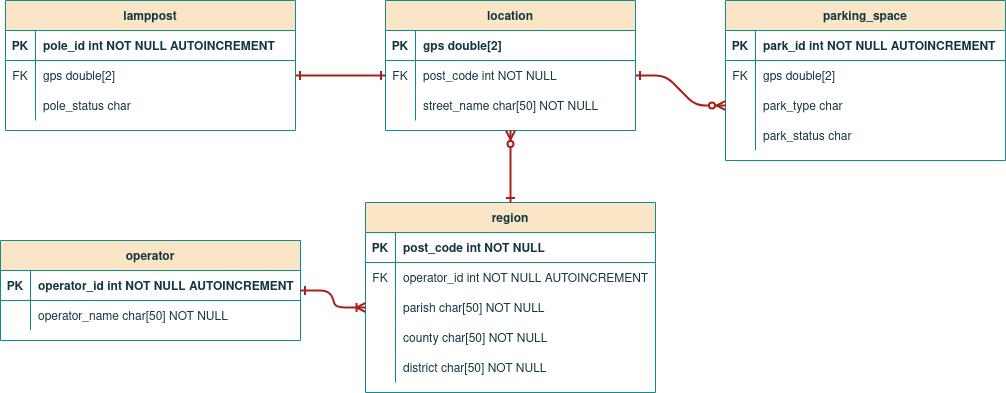
ESRGgroup9/slipad keeps this draw.io diagram as report/images/09sw_specification/DataBase.png. Above is the earlier version. Source tidied: cells renumbered, new cells last; positions are measured from the earlier drawing's top-left corner, leaving out a move shared by most shapes. The source it was exported from:
```xml
<mxGraphModel>
  <root>
    <mxCell id="0" />
    <mxCell id="1" parent="0" />
    <mxCell id="2" value="lamppost" style="shape=table;startSize=30;rowLines=0;fontStyle=1;align=center;fillColor=#FAE5C7;strokeColor=#0F8B8D;fontColor=#143642;" parent="1" vertex="1">
      <mxGeometry x="5" width="290" height="130" as="geometry" />
    </mxCell>
    <mxCell id="3" style="shape=partialRectangle;fillColor=none;top=0;left=0;right=0;bottom=1;strokeColor=#0F8B8D;fontColor=#143642;" parent="2" vertex="1">
      <mxGeometry y="30" width="290" height="30" as="geometry" />
    </mxCell>
    <mxCell id="4" value="PK" style="shape=partialRectangle;overflow=hidden;fillColor=none;top=0;left=0;bottom=0;right=0;fontStyle=1;strokeColor=#0F8B8D;fontColor=#143642;" parent="3" vertex="1">
      <mxGeometry width="30" height="30" as="geometry" />
    </mxCell>
    <mxCell id="5" value="pole_id int NOT NULL AUTOINCREMENT" style="shape=partialRectangle;overflow=hidden;fillColor=none;top=0;left=0;bottom=0;right=0;align=left;spacingLeft=6;fontStyle=1;strokeColor=#0F8B8D;fontColor=#143642;" parent="3" vertex="1">
      <mxGeometry x="30" width="260" height="30" as="geometry" />
    </mxCell>
    <mxCell id="6" style="shape=partialRectangle;fillColor=none;top=0;left=0;bottom=0;right=0;points=[[0,0.5],[1,0.5]];portConstraint=eastwest;strokeColor=#0F8B8D;fontColor=#143642;" parent="2" vertex="1">
      <mxGeometry y="60" width="290" height="30" as="geometry" />
    </mxCell>
    <mxCell id="7" value="FK" style="shape=partialRectangle;fillColor=none;top=0;left=0;bottom=0;right=0;fontStyle=0;overflow=hidden;strokeColor=#0F8B8D;fontColor=#143642;" parent="6" vertex="1">
      <mxGeometry width="30" height="30" as="geometry" />
    </mxCell>
    <mxCell id="8" value="gps double[2] " style="shape=partialRectangle;fillColor=none;top=0;left=0;bottom=0;right=0;align=left;spacingLeft=6;fontStyle=0;overflow=hidden;strokeColor=#0F8B8D;fontColor=#143642;" parent="6" vertex="1">
      <mxGeometry x="30" width="260" height="30" as="geometry" />
    </mxCell>
    <mxCell id="9" style="shape=partialRectangle;fillColor=none;top=0;left=0;bottom=0;right=0;strokeColor=#0F8B8D;fontColor=#143642;" parent="2" vertex="1">
      <mxGeometry y="90" width="290" height="30" as="geometry" />
    </mxCell>
    <mxCell id="10" style="shape=partialRectangle;fillColor=none;top=0;left=0;bottom=0;right=0;overflow=hidden;strokeColor=#0F8B8D;fontColor=#143642;" parent="9" vertex="1">
      <mxGeometry width="30" height="30" as="geometry" />
    </mxCell>
    <mxCell id="11" value="pole_status char" style="shape=partialRectangle;fillColor=none;top=0;left=0;bottom=0;right=0;align=left;spacingLeft=6;overflow=hidden;strokeColor=#0F8B8D;fontColor=#143642;" parent="9" vertex="1">
      <mxGeometry x="30" width="260" height="30" as="geometry" />
    </mxCell>
    <mxCell id="12" value="location" style="shape=table;startSize=30;rowLines=0;fontStyle=1;align=center;fillColor=#FAE5C7;strokeColor=#0F8B8D;fontColor=#143642;" parent="1" vertex="1">
      <mxGeometry x="385" width="250" height="130" as="geometry" />
    </mxCell>
    <mxCell id="13" style="shape=partialRectangle;fillColor=none;top=0;left=0;right=0;bottom=1;strokeColor=#0F8B8D;fontColor=#143642;" parent="12" vertex="1">
      <mxGeometry y="30" width="250" height="30" as="geometry" />
    </mxCell>
    <mxCell id="14" value="PK" style="shape=partialRectangle;overflow=hidden;fillColor=none;top=0;left=0;bottom=0;right=0;fontStyle=1;strokeColor=#0F8B8D;fontColor=#143642;" parent="13" vertex="1">
      <mxGeometry width="30" height="30" as="geometry" />
    </mxCell>
    <mxCell id="15" value="gps double[2] " style="shape=partialRectangle;overflow=hidden;fillColor=none;top=0;left=0;bottom=0;right=0;align=left;spacingLeft=6;fontStyle=1;strokeColor=#0F8B8D;fontColor=#143642;" parent="13" vertex="1">
      <mxGeometry x="30" width="220" height="30" as="geometry" />
    </mxCell>
    <mxCell id="16" style="shape=partialRectangle;fillColor=none;top=0;left=0;bottom=0;right=0;points=[[0,0.5],[1,0.5]];portConstraint=eastwest;strokeColor=#0F8B8D;fontColor=#143642;" parent="12" vertex="1">
      <mxGeometry y="60" width="250" height="30" as="geometry" />
    </mxCell>
    <mxCell id="17" value="FK" style="shape=partialRectangle;fillColor=none;top=0;left=0;bottom=0;right=0;fontStyle=0;overflow=hidden;strokeColor=#0F8B8D;fontColor=#143642;" parent="16" vertex="1">
      <mxGeometry width="30" height="30" as="geometry" />
    </mxCell>
    <mxCell id="18" value="post_code int NOT NULL" style="shape=partialRectangle;fillColor=none;top=0;left=0;bottom=0;right=0;align=left;spacingLeft=6;fontStyle=0;overflow=hidden;strokeColor=#0F8B8D;fontColor=#143642;" parent="16" vertex="1">
      <mxGeometry x="30" width="220" height="30" as="geometry" />
    </mxCell>
    <mxCell id="19" style="shape=partialRectangle;fillColor=none;top=0;left=0;bottom=0;right=0;strokeColor=#0F8B8D;fontColor=#143642;" parent="12" vertex="1">
      <mxGeometry y="90" width="250" height="30" as="geometry" />
    </mxCell>
    <mxCell id="20" style="shape=partialRectangle;fillColor=none;top=0;left=0;bottom=0;right=0;overflow=hidden;strokeColor=#0F8B8D;fontColor=#143642;" parent="19" vertex="1">
      <mxGeometry width="30" height="30" as="geometry" />
    </mxCell>
    <mxCell id="21" value="street_name char[50] NOT NULL" style="shape=partialRectangle;fillColor=none;top=0;left=0;bottom=0;right=0;align=left;spacingLeft=6;overflow=hidden;strokeColor=#0F8B8D;fontColor=#143642;" parent="19" vertex="1">
      <mxGeometry x="30" width="220" height="30" as="geometry" />
    </mxCell>
    <mxCell id="22" value="region" style="shape=table;startSize=30;rowLines=0;fontStyle=1;align=center;fillColor=#FAE5C7;strokeColor=#0F8B8D;fontColor=#143642;" parent="1" vertex="1">
      <mxGeometry x="365" y="202" width="290" height="190" as="geometry" />
    </mxCell>
    <mxCell id="23" style="shape=partialRectangle;fillColor=none;top=0;left=0;right=0;bottom=1;strokeColor=#0F8B8D;fontColor=#143642;" parent="22" vertex="1">
      <mxGeometry y="30" width="290" height="30" as="geometry" />
    </mxCell>
    <mxCell id="24" value="PK" style="shape=partialRectangle;overflow=hidden;fillColor=none;top=0;left=0;bottom=0;right=0;fontStyle=1;strokeColor=#0F8B8D;fontColor=#143642;" parent="23" vertex="1">
      <mxGeometry width="30" height="30" as="geometry" />
    </mxCell>
    <mxCell id="25" value="post_code int NOT NULL " style="shape=partialRectangle;overflow=hidden;fillColor=none;top=0;left=0;bottom=0;right=0;align=left;spacingLeft=6;fontStyle=1;strokeColor=#0F8B8D;fontColor=#143642;" parent="23" vertex="1">
      <mxGeometry x="30" width="260" height="30" as="geometry" />
    </mxCell>
    <mxCell id="26" style="shape=partialRectangle;fillColor=none;top=0;left=0;bottom=0;right=0;strokeColor=#0F8B8D;fontColor=#143642;" parent="22" vertex="1">
      <mxGeometry y="60" width="290" height="30" as="geometry" />
    </mxCell>
    <mxCell id="27" value="FK" style="shape=partialRectangle;fillColor=none;top=0;left=0;bottom=0;right=0;fontStyle=0;overflow=hidden;strokeColor=#0F8B8D;fontColor=#143642;" parent="26" vertex="1">
      <mxGeometry width="30" height="30" as="geometry" />
    </mxCell>
    <mxCell id="28" value="operator_id int NOT NULL AUTOINCREMENT" style="shape=partialRectangle;fillColor=none;top=0;left=0;bottom=0;right=0;align=left;spacingLeft=6;fontStyle=0;overflow=hidden;strokeColor=#0F8B8D;fontColor=#143642;" parent="26" vertex="1">
      <mxGeometry x="30" width="260" height="30" as="geometry" />
    </mxCell>
    <mxCell id="29" style="shape=partialRectangle;fillColor=none;top=0;left=0;bottom=0;right=0;points=[[0,0.5],[1,0.5]];portConstraint=eastwest;strokeColor=#0F8B8D;fontColor=#143642;" parent="22" vertex="1">
      <mxGeometry y="90" width="290" height="30" as="geometry" />
    </mxCell>
    <mxCell id="30" style="shape=partialRectangle;fillColor=none;top=0;left=0;bottom=0;right=0;overflow=hidden;strokeColor=#0F8B8D;fontColor=#143642;" parent="29" vertex="1">
      <mxGeometry width="30" height="30" as="geometry" />
    </mxCell>
    <mxCell id="31" value="parish char[50] NOT NULL" style="shape=partialRectangle;fillColor=none;top=0;left=0;bottom=0;right=0;align=left;spacingLeft=6;overflow=hidden;strokeColor=#0F8B8D;fontColor=#143642;" parent="29" vertex="1">
      <mxGeometry x="30" width="260" height="30" as="geometry" />
    </mxCell>
    <mxCell id="32" style="shape=partialRectangle;fillColor=none;top=0;left=0;bottom=0;right=0;strokeColor=#0F8B8D;fontColor=#143642;" parent="22" vertex="1">
      <mxGeometry y="120" width="290" height="30" as="geometry" />
    </mxCell>
    <mxCell id="33" style="shape=partialRectangle;fillColor=none;top=0;left=0;bottom=0;right=0;overflow=hidden;strokeColor=#0F8B8D;fontColor=#143642;" parent="32" vertex="1">
      <mxGeometry width="30" height="30" as="geometry" />
    </mxCell>
    <mxCell id="34" value="county char[50] NOT NULL" style="shape=partialRectangle;fillColor=none;top=0;left=0;bottom=0;right=0;align=left;spacingLeft=6;overflow=hidden;strokeColor=#0F8B8D;fontColor=#143642;" parent="32" vertex="1">
      <mxGeometry x="30" width="260" height="30" as="geometry" />
    </mxCell>
    <mxCell id="35" style="shape=partialRectangle;fillColor=none;top=0;left=0;bottom=0;right=0;strokeColor=#0F8B8D;fontColor=#143642;" parent="22" vertex="1">
      <mxGeometry y="150" width="290" height="30" as="geometry" />
    </mxCell>
    <mxCell id="36" style="shape=partialRectangle;fillColor=none;top=0;left=0;bottom=0;right=0;overflow=hidden;strokeColor=#0F8B8D;fontColor=#143642;" parent="35" vertex="1">
      <mxGeometry width="30" height="30" as="geometry" />
    </mxCell>
    <mxCell id="37" value="district char[50] NOT NULL" style="shape=partialRectangle;fillColor=none;top=0;left=0;bottom=0;right=0;align=left;spacingLeft=6;overflow=hidden;strokeColor=#0F8B8D;fontColor=#143642;" parent="35" vertex="1">
      <mxGeometry x="30" width="260" height="30" as="geometry" />
    </mxCell>
    <mxCell id="38" value="operator" style="shape=table;startSize=30;rowLines=0;fontStyle=1;align=center;fillColor=#FAE5C7;strokeColor=#0F8B8D;fontColor=#143642;" parent="1" vertex="1">
      <mxGeometry y="240" width="300" height="100" as="geometry" />
    </mxCell>
    <mxCell id="39" style="shape=partialRectangle;fillColor=none;top=0;left=0;right=0;bottom=1;strokeColor=#0F8B8D;fontColor=#143642;" parent="38" vertex="1">
      <mxGeometry y="30" width="300" height="30" as="geometry" />
    </mxCell>
    <mxCell id="40" value="PK" style="shape=partialRectangle;overflow=hidden;fillColor=none;top=0;left=0;bottom=0;right=0;fontStyle=1;strokeColor=#0F8B8D;fontColor=#143642;" parent="39" vertex="1">
      <mxGeometry width="30" height="30" as="geometry" />
    </mxCell>
    <mxCell id="41" value="operator_id int NOT NULL AUTOINCREMENT" style="shape=partialRectangle;overflow=hidden;fillColor=none;top=0;left=0;bottom=0;right=0;align=left;spacingLeft=6;fontStyle=1;strokeColor=#0F8B8D;fontColor=#143642;" parent="39" vertex="1">
      <mxGeometry x="30" width="270" height="30" as="geometry" />
    </mxCell>
    <mxCell id="42" style="shape=partialRectangle;fillColor=none;top=0;left=0;bottom=0;right=0;strokeColor=#0F8B8D;fontColor=#143642;" parent="38" vertex="1">
      <mxGeometry y="60" width="300" height="30" as="geometry" />
    </mxCell>
    <mxCell id="43" style="shape=partialRectangle;fillColor=none;top=0;left=0;bottom=0;right=0;overflow=hidden;strokeColor=#0F8B8D;fontColor=#143642;" parent="42" vertex="1">
      <mxGeometry width="30" height="30" as="geometry" />
    </mxCell>
    <mxCell id="44" value="operator_name char[50] NOT NULL" style="shape=partialRectangle;fillColor=none;top=0;left=0;bottom=0;right=0;align=left;spacingLeft=6;overflow=hidden;strokeColor=#0F8B8D;fontColor=#143642;" parent="42" vertex="1">
      <mxGeometry x="30" width="270" height="30" as="geometry" />
    </mxCell>
    <mxCell id="45" value="parking_space" style="shape=table;startSize=30;rowLines=0;fontStyle=1;align=center;fillColor=#FAE5C7;strokeColor=#0F8B8D;fontColor=#143642;" parent="1" vertex="1">
      <mxGeometry x="725" width="280" height="160" as="geometry" />
    </mxCell>
    <mxCell id="46" style="shape=partialRectangle;fillColor=none;top=0;left=0;right=0;bottom=1;strokeColor=#0F8B8D;fontColor=#143642;" parent="45" vertex="1">
      <mxGeometry y="30" width="280" height="30" as="geometry" />
    </mxCell>
    <mxCell id="47" value="PK" style="shape=partialRectangle;overflow=hidden;fillColor=none;top=0;left=0;bottom=0;right=0;fontStyle=1;strokeColor=#0F8B8D;fontColor=#143642;" parent="46" vertex="1">
      <mxGeometry width="30" height="30" as="geometry" />
    </mxCell>
    <mxCell id="48" value="park_id int NOT NULL AUTOINCREMENT" style="shape=partialRectangle;overflow=hidden;fillColor=none;top=0;left=0;bottom=0;right=0;align=left;spacingLeft=6;fontStyle=1;strokeColor=#0F8B8D;fontColor=#143642;" parent="46" vertex="1">
      <mxGeometry x="30" width="250" height="30" as="geometry" />
    </mxCell>
    <mxCell id="49" style="shape=partialRectangle;fillColor=none;top=0;left=0;bottom=0;right=0;strokeColor=#0F8B8D;fontColor=#143642;" parent="45" vertex="1">
      <mxGeometry y="60" width="280" height="30" as="geometry" />
    </mxCell>
    <mxCell id="50" value="FK" style="shape=partialRectangle;fillColor=none;top=0;left=0;bottom=0;right=0;fontStyle=0;overflow=hidden;strokeColor=#0F8B8D;fontColor=#143642;" parent="49" vertex="1">
      <mxGeometry width="30" height="30" as="geometry" />
    </mxCell>
    <mxCell id="51" value="gps double[2] " style="shape=partialRectangle;fillColor=none;top=0;left=0;bottom=0;right=0;align=left;spacingLeft=6;fontStyle=0;overflow=hidden;strokeColor=#0F8B8D;fontColor=#143642;" parent="49" vertex="1">
      <mxGeometry x="30" width="250" height="30" as="geometry" />
    </mxCell>
    <mxCell id="52" style="shape=partialRectangle;fillColor=none;top=0;left=0;bottom=0;right=0;points=[[0,0.5],[1,0.5]];portConstraint=eastwest;strokeColor=#0F8B8D;fontColor=#143642;" parent="45" vertex="1">
      <mxGeometry y="90" width="280" height="30" as="geometry" />
    </mxCell>
    <mxCell id="53" style="shape=partialRectangle;fillColor=none;top=0;left=0;bottom=0;right=0;fontStyle=0;overflow=hidden;strokeColor=#0F8B8D;fontColor=#143642;" parent="52" vertex="1">
      <mxGeometry width="30" height="30" as="geometry" />
    </mxCell>
    <mxCell id="54" value="park_type char" style="shape=partialRectangle;fillColor=none;top=0;left=0;bottom=0;right=0;align=left;spacingLeft=6;fontStyle=0;overflow=hidden;strokeColor=#0F8B8D;fontColor=#143642;" parent="52" vertex="1">
      <mxGeometry x="30" width="250" height="30" as="geometry" />
    </mxCell>
    <mxCell id="55" style="shape=partialRectangle;fillColor=none;top=0;left=0;bottom=0;right=0;strokeColor=#0F8B8D;fontColor=#143642;" parent="45" vertex="1">
      <mxGeometry y="120" width="280" height="30" as="geometry" />
    </mxCell>
    <mxCell id="56" style="shape=partialRectangle;fillColor=none;top=0;left=0;bottom=0;right=0;overflow=hidden;strokeColor=#0F8B8D;fontColor=#143642;" parent="55" vertex="1">
      <mxGeometry width="30" height="30" as="geometry" />
    </mxCell>
    <mxCell id="57" value="park_status char" style="shape=partialRectangle;fillColor=none;top=0;left=0;bottom=0;right=0;align=left;spacingLeft=6;overflow=hidden;strokeColor=#0F8B8D;fontColor=#143642;" parent="55" vertex="1">
      <mxGeometry x="30" width="250" height="30" as="geometry" />
    </mxCell>
    <mxCell id="58" style="endArrow=ERoneToMany;startArrow=ERone;endFill=0;startFill=0;exitX=1;exitY=0.5;exitDx=0;exitDy=0;entryX=0;entryY=0.5;entryDx=0;entryDy=0;strokeWidth=2;edgeStyle=entityRelationEdgeStyle;labelBackgroundColor=#DAD2D8;strokeColor=#A8201A;fontColor=#143642;" parent="1" edge="1" source="38" target="29">
      <mxGeometry relative="1" as="geometry" />
    </mxCell>
    <mxCell id="59" style="edgeStyle=entityRelationEdgeStyle;endArrow=ERzeroToMany;startArrow=ERone;endFill=1;startFill=0;exitX=1;exitY=0.5;exitDx=0;exitDy=0;entryX=0;entryY=0.5;entryDx=0;entryDy=0;strokeWidth=2;labelBackgroundColor=#DAD2D8;strokeColor=#A8201A;fontColor=#143642;" parent="1" edge="1" source="16" target="52">
      <mxGeometry relative="1" as="geometry" />
    </mxCell>
    <mxCell id="60" style="edgeStyle=orthogonalEdgeStyle;endArrow=ERzeroToMany;startArrow=ERone;endFill=1;startFill=0;exitX=0.5;exitY=0;exitDx=0;exitDy=0;entryX=0.5;entryY=1;entryDx=0;entryDy=0;strokeWidth=2;labelBackgroundColor=#DAD2D8;strokeColor=#A8201A;fontColor=#143642;" parent="1" edge="1" source="22" target="12">
      <mxGeometry relative="1" as="geometry" />
    </mxCell>
    <mxCell id="61" style="edgeStyle=entityRelationEdgeStyle;endArrow=ERone;startArrow=ERone;endFill=0;startFill=0;exitX=1;exitY=0.5;exitDx=0;exitDy=0;entryX=0;entryY=0.5;entryDx=0;entryDy=0;strokeWidth=2;labelBackgroundColor=#DAD2D8;strokeColor=#A8201A;fontColor=#143642;" parent="1" edge="1" source="6" target="16">
      <mxGeometry relative="1" as="geometry" />
    </mxCell>
  </root>
</mxGraphModel>
```
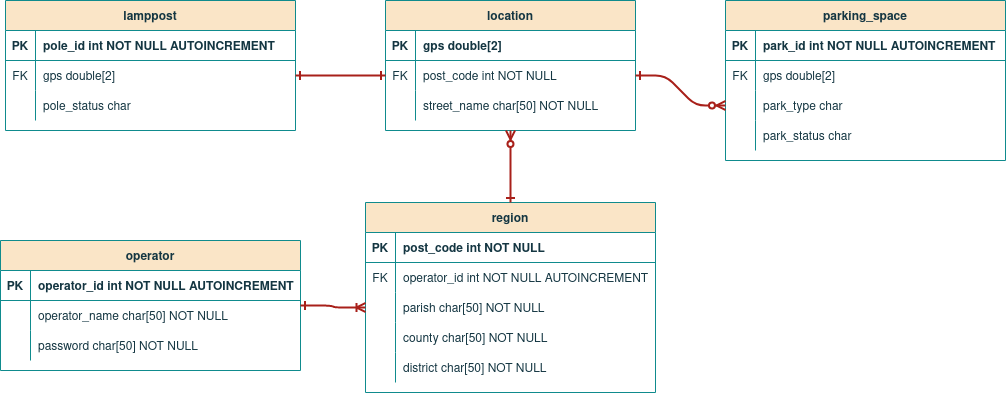
The same diagram one commit later.

What changed in the source:
```diff
@@ -111,7 +111,7 @@
       <mxGeometry x="30" width="260" height="30" as="geometry" />
     </mxCell>
     <mxCell id="38" value="operator" style="shape=table;startSize=30;rowLines=0;fontStyle=1;align=center;fillColor=#FAE5C7;strokeColor=#0F8B8D;fontColor=#143642;" parent="1" vertex="1">
-      <mxGeometry y="240" width="300" height="100" as="geometry" />
+      <mxGeometry y="240" width="300" height="130" as="geometry" />
     </mxCell>
     <mxCell id="39" style="shape=partialRectangle;fillColor=none;top=0;left=0;right=0;bottom=1;strokeColor=#0F8B8D;fontColor=#143642;" parent="38" vertex="1">
       <mxGeometry y="30" width="300" height="30" as="geometry" />
@@ -131,6 +131,15 @@
     <mxCell id="44" value="operator_name char[50] NOT NULL" style="shape=partialRectangle;fillColor=none;top=0;left=0;bottom=0;right=0;align=left;spacingLeft=6;overflow=hidden;strokeColor=#0F8B8D;fontColor=#143642;" parent="42" vertex="1">
       <mxGeometry x="30" width="270" height="30" as="geometry" />
     </mxCell>
+    <mxCell id="62" style="shape=partialRectangle;fillColor=none;top=0;left=0;bottom=0;right=0;strokeColor=#0F8B8D;fontColor=#143642;" parent="38" vertex="1">
+      <mxGeometry y="90" width="300" height="30" as="geometry" />
+    </mxCell>
+    <mxCell id="63" style="shape=partialRectangle;fillColor=none;top=0;left=0;bottom=0;right=0;overflow=hidden;strokeColor=#0F8B8D;fontColor=#143642;" parent="62" vertex="1">
+      <mxGeometry width="30" height="30" as="geometry" />
+    </mxCell>
+    <mxCell id="64" value="password char[50] NOT NULL" style="shape=partialRectangle;fillColor=none;top=0;left=0;bottom=0;right=0;align=left;spacingLeft=6;overflow=hidden;strokeColor=#0F8B8D;fontColor=#143642;" parent="62" vertex="1">
+      <mxGeometry x="30" width="270" height="30" as="geometry" />
+    </mxCell>
     <mxCell id="45" value="parking_space" style="shape=table;startSize=30;rowLines=0;fontStyle=1;align=center;fillColor=#FAE5C7;strokeColor=#0F8B8D;fontColor=#143642;" parent="1" vertex="1">
       <mxGeometry x="725" width="280" height="160" as="geometry" />
     </mxCell>
```
